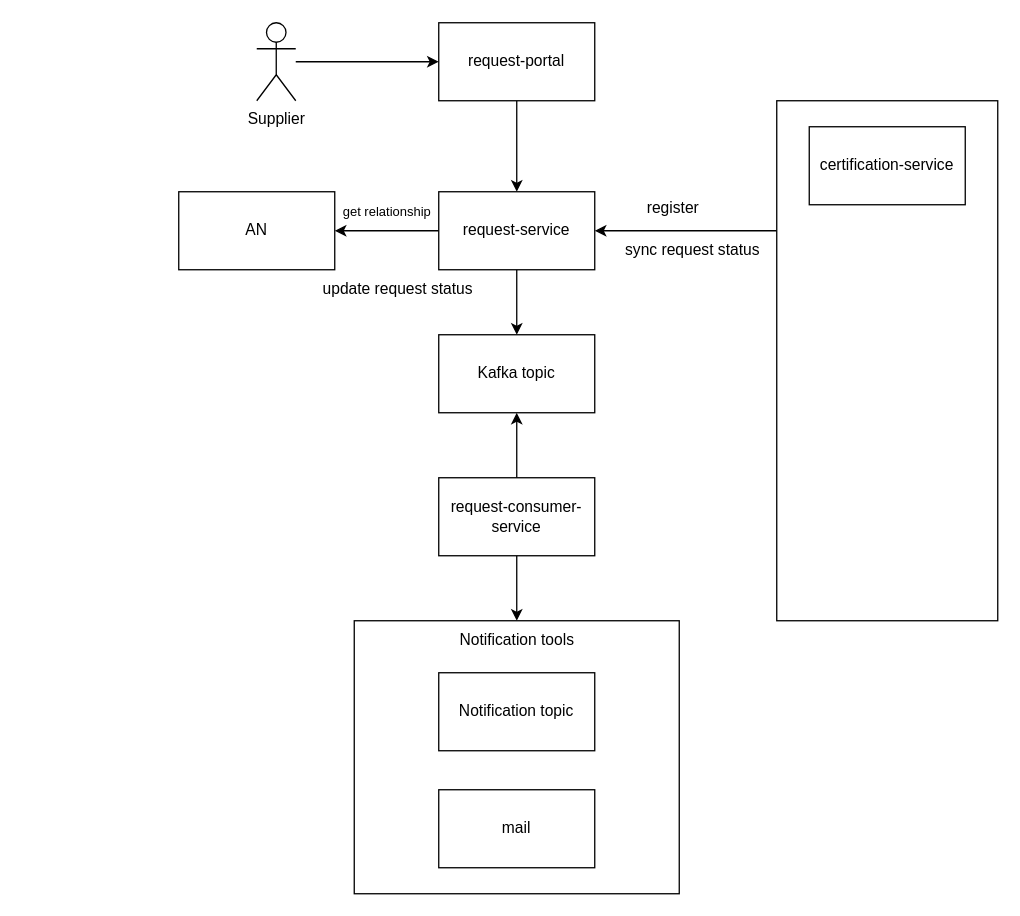
Above: page "Page-2" (2 of 2) of request.drawio in huangshijie/Drawio (draw.io), before the change. Source tidied: cells renumbered, new cells numbered last; positions are measured from the earlier drawing's top-left corner, leaving out a move shared by most shapes. Both pictures are drawn from the tidied source at 130%, with x=0, y=0 at pixel (178, 22).
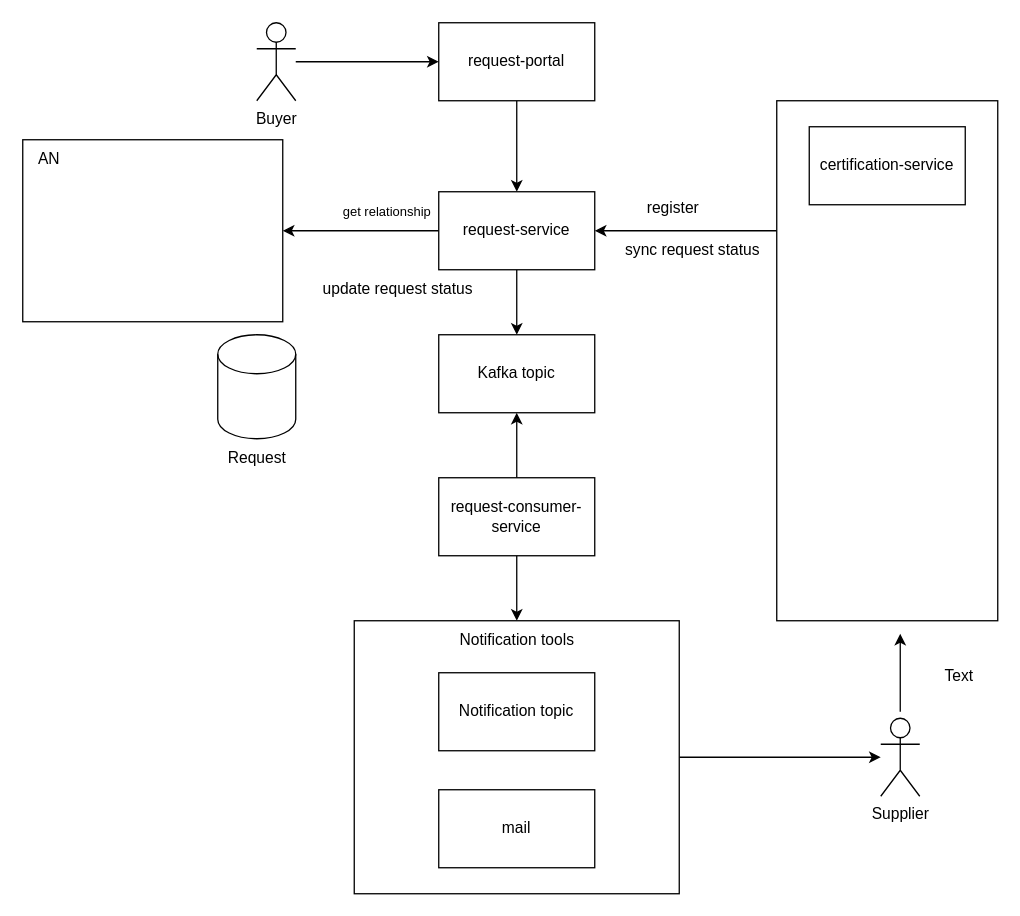
After the change.

Unchanged cells that the change refers to:
```xml
<mxCell id="19" style="rounded=0;whiteSpace=wrap;html=1;" parent="1" vertex="1">
  <mxGeometry x="135" y="460" width="250" height="210" as="geometry" />
</mxCell>
```

Diff of the diagram source:
```diff
@@
-    <mxCell id="3" value="Supplier" style="shape=umlActor;verticalLabelPosition=bottom;verticalAlign=top;html=1;outlineConnect=0;" parent="1" vertex="1">
+    <mxCell id="3" value="Buyer" style="shape=umlActor;verticalLabelPosition=bottom;verticalAlign=top;html=1;outlineConnect=0;" parent="1" vertex="1">
       <mxGeometry x="60" width="30" height="60" as="geometry" />
     </mxCell>
@@
-    <mxCell id="9" value="AN" style="rounded=0;whiteSpace=wrap;html=1;" parent="1" vertex="1">
-      <mxGeometry y="130" width="120" height="60" as="geometry" />
+    <mxCell id="9" style="rounded=0;whiteSpace=wrap;html=1;" parent="1" vertex="1">
+      <mxGeometry x="-120" y="90" width="200" height="140" as="geometry" />
     </mxCell>
@@
+    <mxCell id="25" style="edgeStyle=orthogonalEdgeStyle;rounded=0;jettySize=auto;html=1;" parent="1" edge="1" source="19" target="27">
+      <mxGeometry relative="1" as="geometry" />
+    </mxCell>
@@
+    <mxCell id="26" style="edgeStyle=orthogonalEdgeStyle;rounded=0;orthogonalLoop=1;jettySize=auto;html=1;" parent="1" edge="1">
+      <mxGeometry relative="1" as="geometry">
+        <mxPoint x="555" y="530" as="sourcePoint" />
+        <mxPoint x="555" y="470" as="targetPoint" />
+      </mxGeometry>
+    </mxCell>
+    <mxCell id="27" value="Supplier" style="shape=umlActor;verticalLabelPosition=bottom;verticalAlign=top;html=1;outlineConnect=0;" parent="1" vertex="1">
+      <mxGeometry x="540" y="535" width="30" height="60" as="geometry" />
+    </mxCell>
+    <mxCell id="28" style="group;" parent="1" vertex="1">
+      <mxGeometry x="25" y="240" width="70" height="110" as="geometry" />
+    </mxCell>
+    <mxCell id="29" style="shape=cylinder3;whiteSpace=wrap;html=1;boundedLbl=1;backgroundOutline=1;size=15;" parent="28" vertex="1">
+      <mxGeometry x="5" width="60" height="80" as="geometry" />
+    </mxCell>
+    <mxCell id="30" value="Request" style="text;html=1;align=center;verticalAlign=middle;strokeColor=none;fillColor=none;" parent="28" vertex="1">
+      <mxGeometry y="80" width="70" height="30" as="geometry" />
+    </mxCell>
+    <mxCell id="31" value="Text" style="text;html=1;align=center;verticalAlign=middle;strokeColor=none;fillColor=none;" parent="1" vertex="1">
+      <mxGeometry x="575" y="488" width="50" height="30" as="geometry" />
+    </mxCell>
+    <mxCell id="32" value="AN" style="text;html=1;align=center;verticalAlign=middle;strokeColor=none;fillColor=none;" parent="1" vertex="1">
+      <mxGeometry x="-120" y="90" width="40" height="30" as="geometry" />
+    </mxCell>
```
